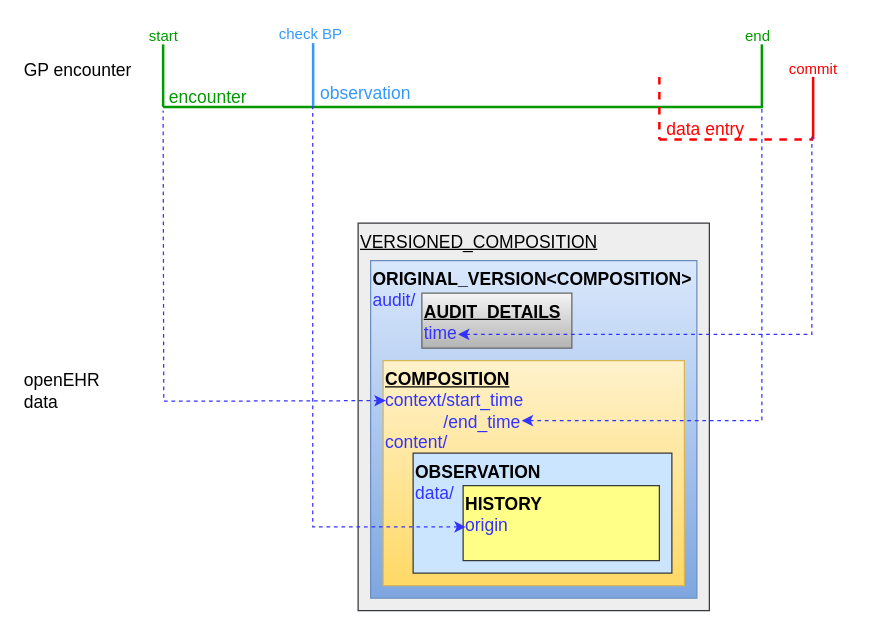
Earlier version of the draw.io diagram docs/ehr/diagrams/time_in_the_ehr.drawio (openEHR/specifications-RM). Source tidied: cells renumbered, new cells numbered last; positions are measured from the earlier drawing's top-left corner, leaving out a move shared by most shapes. Both pictures are drawn from the tidied source at 125%, with x=0, y=0 at pixel (21, 21).
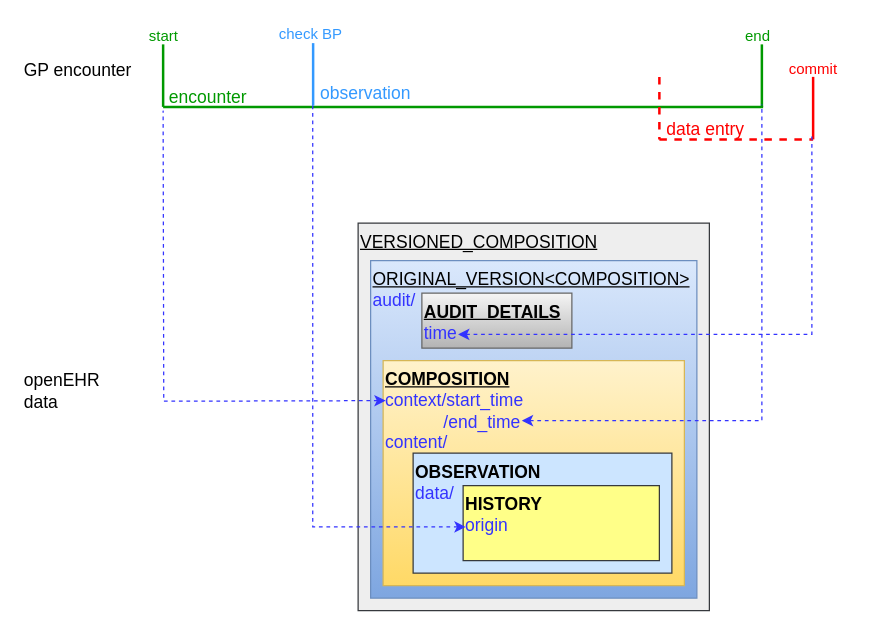
Above is the later version.

Diff of the diagram source:
```diff
@@
-    <mxCell id="17" value="&lt;b&gt;ORIGINAL_VERSION&amp;lt;COMPOSITION&amp;gt;&lt;/b&gt;&lt;br&gt;&lt;font color=&quot;#3333ff&quot;&gt;audit/&lt;/font&gt;" style="rounded=0;whiteSpace=wrap;html=1;fontSize=14;verticalAlign=top;align=left;fillColor=#dae8fc;strokeColor=#6c8ebf;gradientColor=#7ea6e0;" parent="1" vertex="1">
+    <mxCell id="17" value="&lt;u&gt;&lt;span&gt;ORIGINAL_VERSION&amp;lt;COMPOSITION&amp;gt;&lt;/span&gt;&lt;br&gt;&lt;/u&gt;&lt;font color=&quot;#3333ff&quot;&gt;audit/&lt;/font&gt;" style="rounded=0;whiteSpace=wrap;html=1;fontSize=14;verticalAlign=top;align=left;fillColor=#dae8fc;strokeColor=#6c8ebf;gradientColor=#7ea6e0;fontStyle=0;" parent="1" vertex="1">
       <mxGeometry x="279" y="191" width="261" height="270" as="geometry" />
     </mxCell>
```
